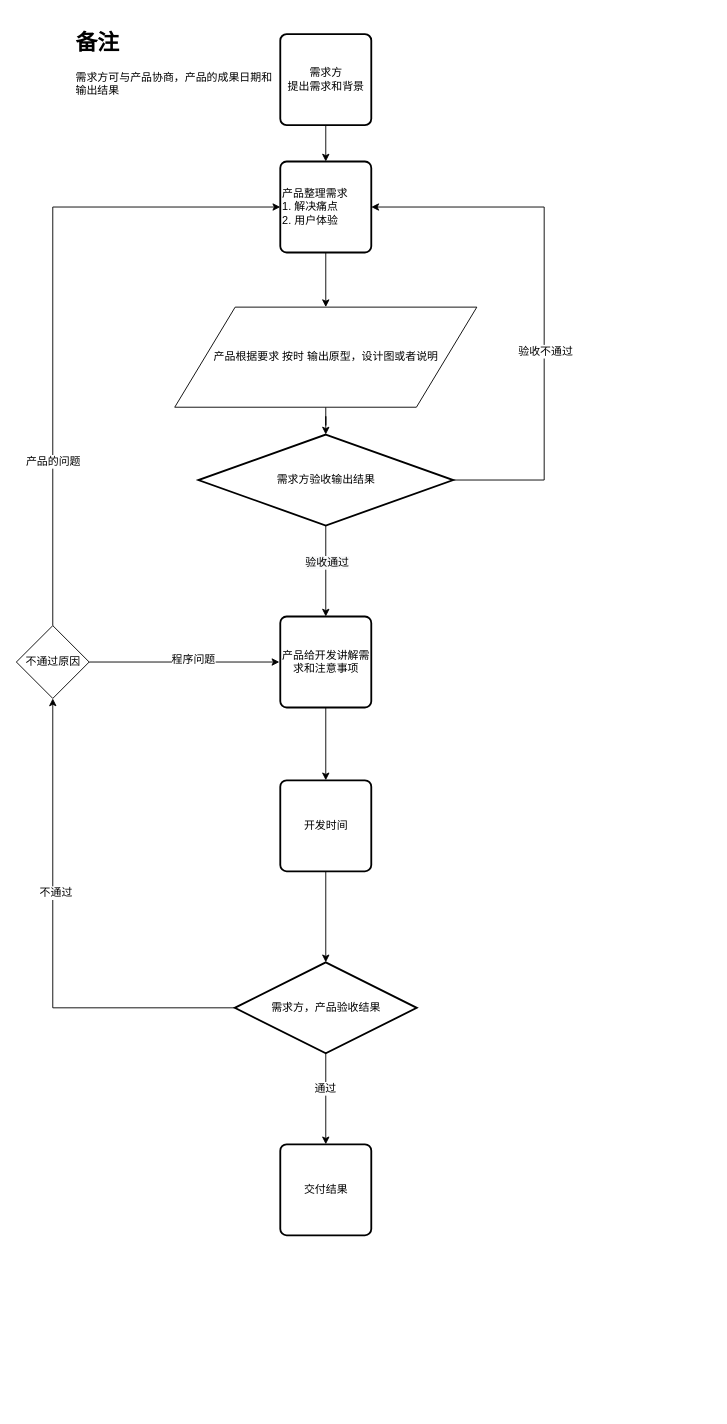
Earlier version of the draw.io diagram IdeaToProduct.drawio (maclxf/ProjectDraw). Source tidied: cells renumbered, new cells numbered last; positions are measured from the earlier drawing's top-left corner, leaving out a move shared by most shapes. Both pictures are drawn from the tidied source at 91%, with x=0, y=0 at pixel (15, 25).
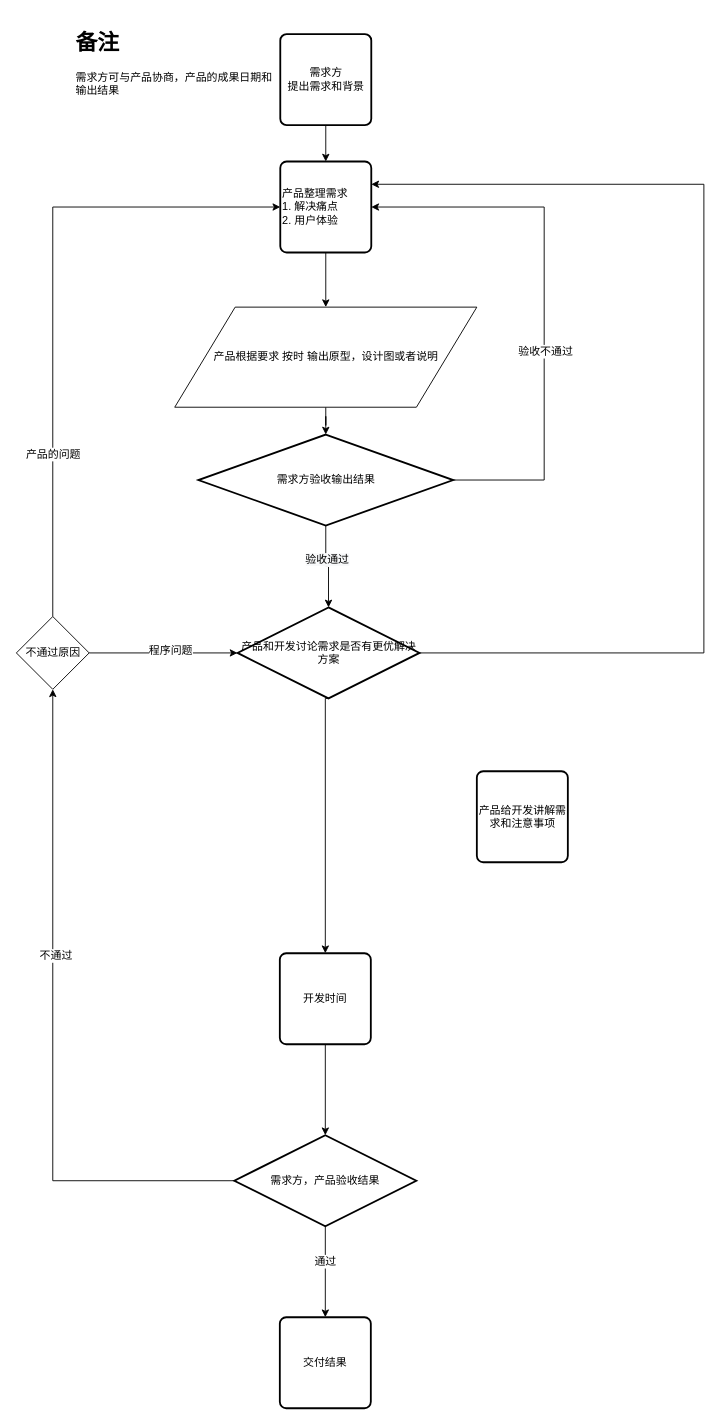
The same page after the edit.

Unchanged cells that the change refers to:
```xml
<mxCell id="5" value="产品整理需求&lt;br&gt;1. 解决痛点&lt;br&gt;2. 用户体验" style="rounded=1;whiteSpace=wrap;html=1;absoluteArcSize=1;arcSize=14;strokeWidth=2;shadow=0;comic=0;align=left;" parent="1" vertex="1">
  <mxGeometry x="290.5" y="150" width="100" height="100" as="geometry" />
</mxCell>
<mxCell id="12" value="需求方验收输出结果" style="strokeWidth=2;html=1;shape=mxgraph.flowchart.decision;whiteSpace=wrap;shadow=0;comic=0;" parent="1" vertex="1">
  <mxGeometry x="200.5" y="450" width="280" height="100" as="geometry" />
</mxCell>
```

Change to the diagram source:
```diff
@@
-    <mxCell id="10" style="edgeStyle=orthogonalEdgeStyle;rounded=0;jettySize=auto;html=1;entryX=0.5;entryY=0;entryDx=0;entryDy=0;" parent="1" edge="1" source="12" target="14">
+    <mxCell id="10" style="edgeStyle=orthogonalEdgeStyle;rounded=0;jettySize=auto;html=1;entryX=0.5;entryY=0;entryDx=0;entryDy=0;entryPerimeter=0;" parent="1" edge="1" source="12" target="30">
       <mxGeometry relative="1" as="geometry" />
     </mxCell>
@@
-    <mxCell id="13" style="edgeStyle=orthogonalEdgeStyle;rounded=0;jettySize=auto;html=1;" parent="1" edge="1" source="14" target="16">
-      <mxGeometry relative="1" as="geometry" />
+    <mxCell id="13" style="edgeStyle=orthogonalEdgeStyle;rounded=0;jettySize=auto;html=1;exitX=0.5;exitY=1;exitDx=0;exitDy=0;exitPerimeter=0;" parent="1" edge="1" source="30" target="16">
+      <mxGeometry relative="1" as="geometry">
+        <Array as="points">
+          <mxPoint x="340" y="740" />
+        </Array>
+      </mxGeometry>
     </mxCell>
-    <mxCell id="14" value="产品给开发讲解需求和注意事项" style="rounded=1;whiteSpace=wrap;html=1;absoluteArcSize=1;arcSize=14;strokeWidth=2;shadow=0;comic=0;" parent="1" vertex="1">
-      <mxGeometry x="290.5" y="650" width="100" height="100" as="geometry" />
-    </mxCell>
@@
     <mxCell id="16" value="开发时间" style="rounded=1;whiteSpace=wrap;html=1;absoluteArcSize=1;arcSize=14;strokeWidth=2;shadow=0;comic=0;" parent="1" vertex="1">
-      <mxGeometry x="290.5" y="830" width="100" height="100" as="geometry" />
+      <mxGeometry x="290" y="1020" width="100" height="100" as="geometry" />
     </mxCell>
@@
     <mxCell id="21" value="需求方，产品验收结果" style="strokeWidth=2;html=1;shape=mxgraph.flowchart.decision;whiteSpace=wrap;shadow=0;comic=0;" parent="1" vertex="1">
-      <mxGeometry x="240.5" y="1030" width="200" height="100" as="geometry" />
+      <mxGeometry x="240" y="1220" width="200" height="100" as="geometry" />
     </mxCell>
     <mxCell id="22" value="交付结果" style="rounded=1;whiteSpace=wrap;html=1;absoluteArcSize=1;arcSize=14;strokeWidth=2;shadow=0;comic=0;" parent="1" vertex="1">
-      <mxGeometry x="290.5" y="1230" width="100" height="100" as="geometry" />
+      <mxGeometry x="290" y="1420" width="100" height="100" as="geometry" />
     </mxCell>
@@
-    <mxCell id="24" style="edgeStyle=orthogonalEdgeStyle;rounded=0;jettySize=auto;html=1;exitX=1;exitY=0.5;exitDx=0;exitDy=0;" parent="1" edge="1" source="28">
+    <mxCell id="24" style="edgeStyle=orthogonalEdgeStyle;rounded=0;jettySize=auto;html=1;exitX=1;exitY=0.5;exitDx=0;exitDy=0;entryX=0;entryY=0.5;entryDx=0;entryDy=0;entryPerimeter=0;" parent="1" edge="1" source="28" target="30">
       <mxGeometry relative="1" as="geometry">
-        <mxPoint x="289.5" y="700" as="targetPoint" />
         <Array as="points">
-          <mxPoint x="289.5" y="700" />
+          <mxPoint x="81" y="690" />
         </Array>
       </mxGeometry>
     </mxCell>
@@
     <mxCell id="28" value="不通过原因" style="rhombus;whiteSpace=wrap;html=1;shadow=0;comic=0;" parent="1" vertex="1">
-      <mxGeometry x="0.5" y="660" width="80" height="80" as="geometry" />
+      <mxGeometry x="0.5" y="650" width="80" height="80" as="geometry" />
     </mxCell>
+    <mxCell id="14" value="产品给开发讲解需求和注意事项" style="rounded=1;whiteSpace=wrap;html=1;absoluteArcSize=1;arcSize=14;strokeWidth=2;shadow=0;comic=0;" parent="1" vertex="1">
+      <mxGeometry x="506.5" y="820" width="100" height="100" as="geometry" />
+    </mxCell>
+    <mxCell id="29" style="edgeStyle=orthogonalEdgeStyle;rounded=0;jettySize=auto;html=1;entryX=1;entryY=0.25;entryDx=0;entryDy=0;" parent="1" edge="1" source="30" target="5">
+      <mxGeometry relative="1" as="geometry">
+        <Array as="points">
+          <mxPoint x="756" y="690" />
+          <mxPoint x="756" y="175" />
+        </Array>
+      </mxGeometry>
+    </mxCell>
+    <mxCell id="30" value="产品和开发讨论需求是否有更优解决方案" style="strokeWidth=2;html=1;shape=mxgraph.flowchart.decision;whiteSpace=wrap;shadow=0;comic=0;" parent="1" vertex="1">
+      <mxGeometry x="243.5" y="640" width="200" height="100" as="geometry" />
+    </mxCell>
```
